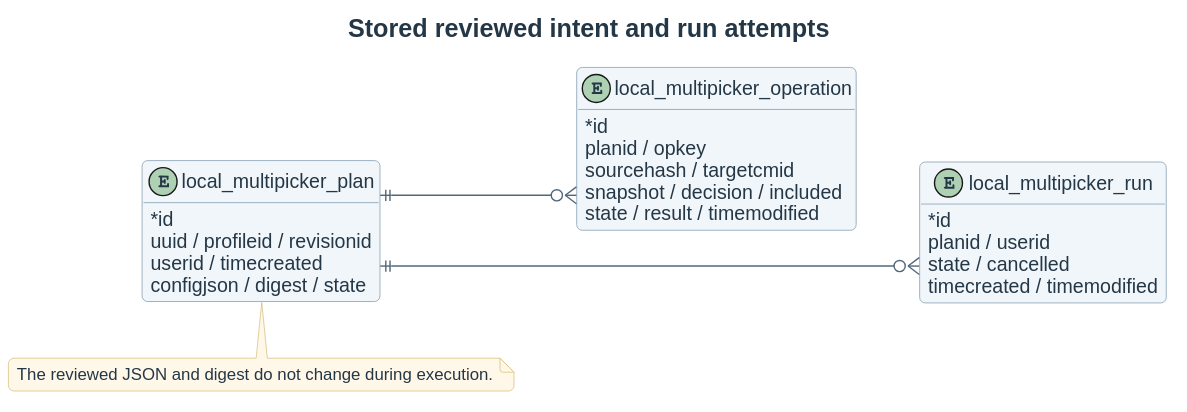
This is docs/diagrams/design/migration-data-model.svg from didactika/moodle-local_coursefiles, a PlantUML export, as it was before one commit.
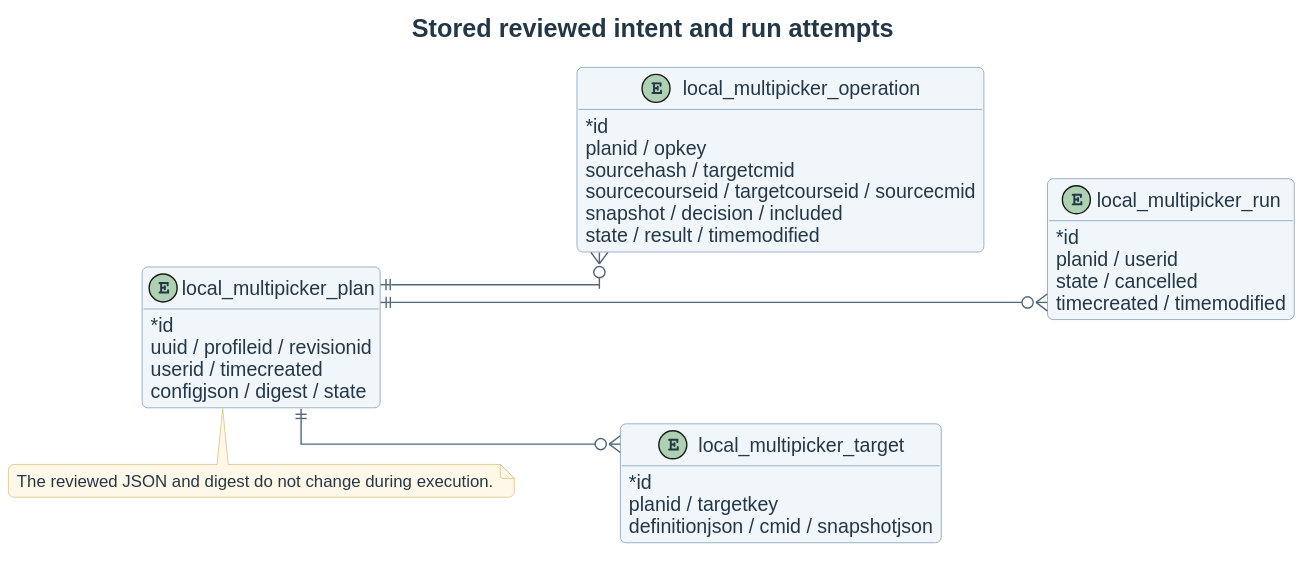
The same diagram one commit later.

Change to the diagram source:
```diff
@@ -14,6 +14,7 @@
   * id
   planid / opkey
   sourcehash / targetcmid
+  sourcecourseid / targetcourseid / sourcecmid
   snapshot / decision / included
   state / result / timemodified
 }
@@ -25,6 +26,13 @@
   timecreated / timemodified
 }
 
+entity "local_multipicker_target" as target {
+  * id
+  planid / targetkey
+  definitionjson / cmid / snapshotjson
+}
+
+plan ||--o{ target
 plan ||--o{ operation
 plan ||--o{ run
 operation -[hidden]down-> run
```
